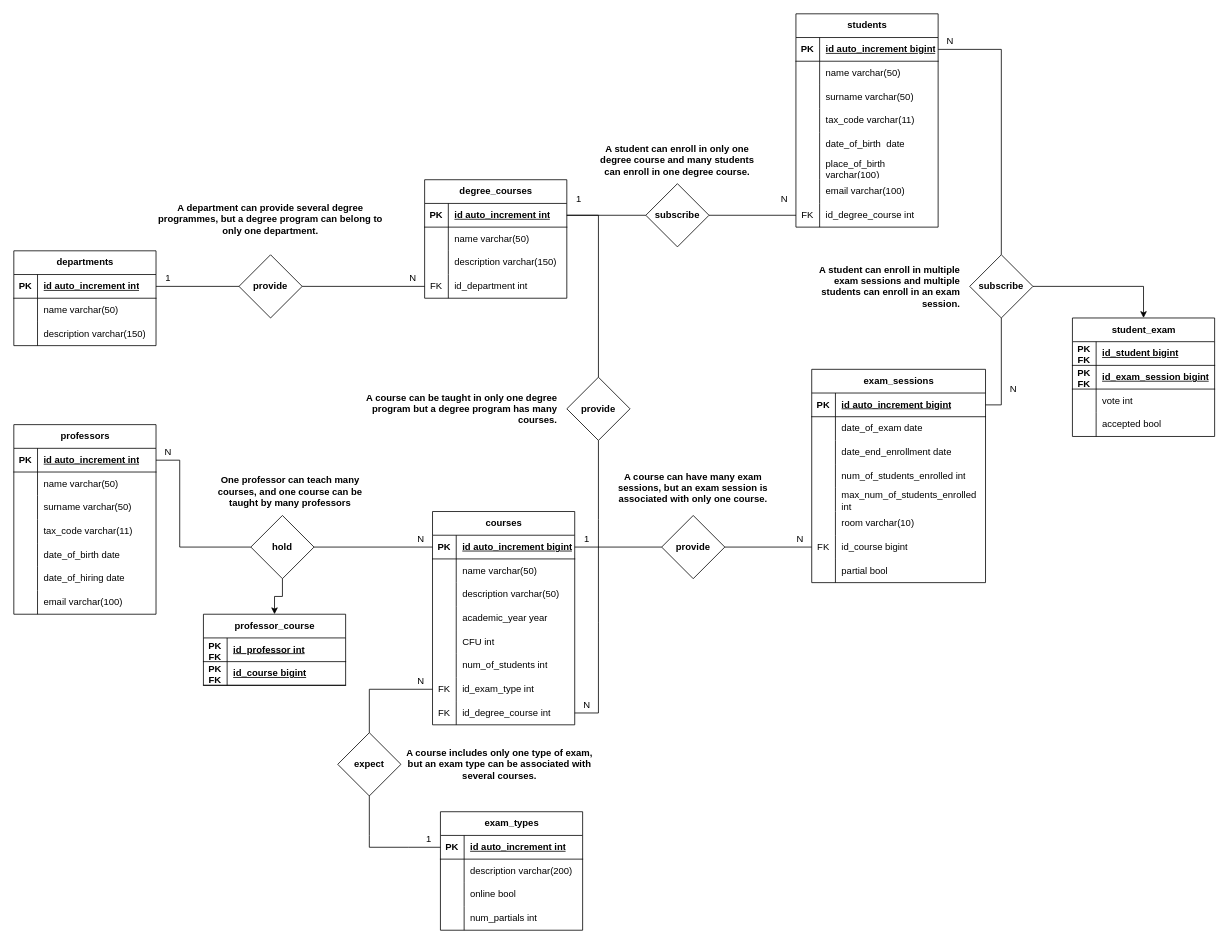
Before: db_university.drawio in totarochristian/db-university, a draw.io diagram. Source tidied: cells renumbered, new cells numbered last; positions are measured from the earlier drawing's top-left corner, leaving out a move shared by most shapes. Both pictures are drawn from the tidied source at 79%, with x=0, y=0 at pixel (13, 13).
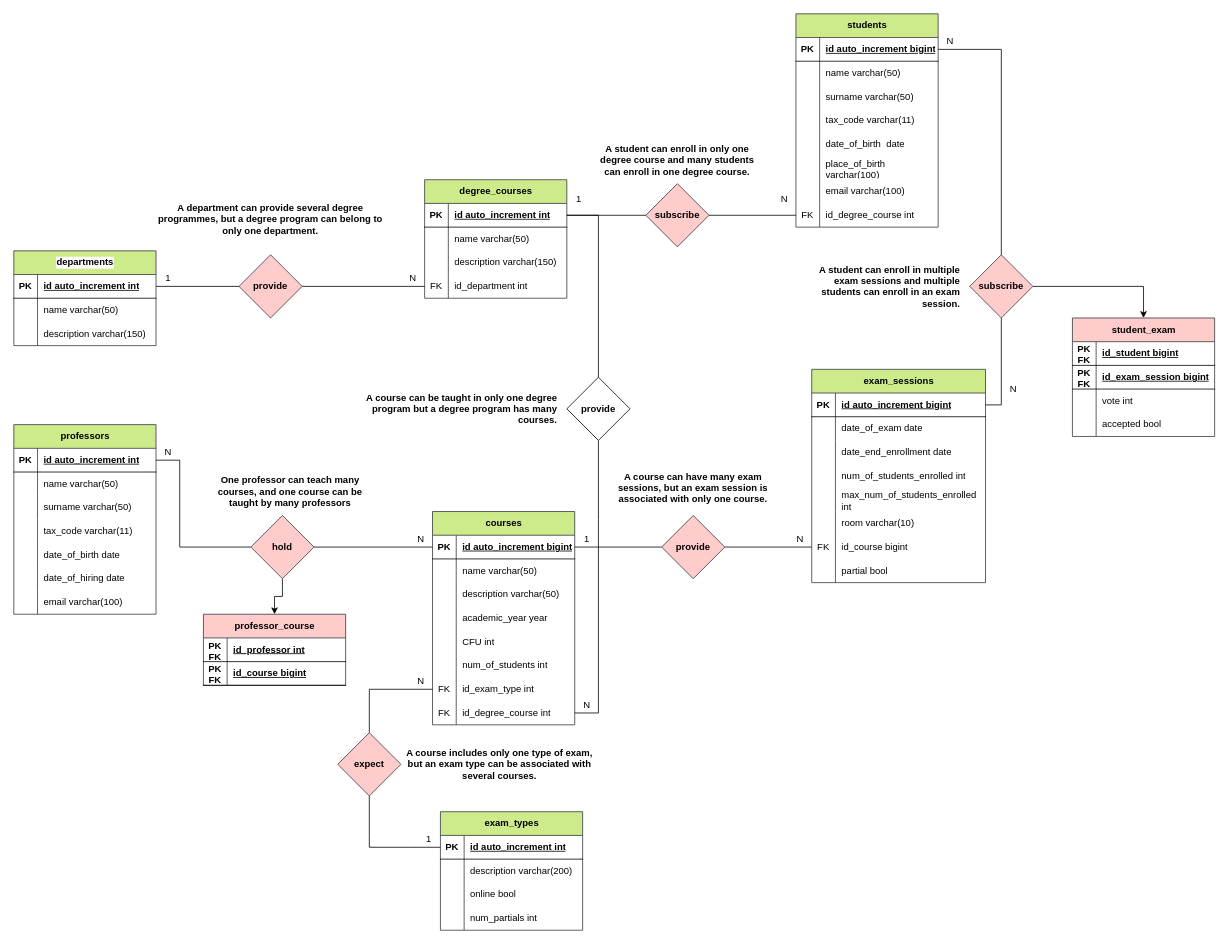
After the change.

Commit message:
Add colors in tables headers

The edit, as a diff of the source:
```diff
@@
-    <mxCell id="3" value="departments" style="shape=table;startSize=30;childLayout=tableLayout;rowLines=0;fontStyle=1;align=center;html=1;" parent="1" vertex="1">
+    <mxCell id="3" value="departments" style="shape=table;startSize=30;childLayout=tableLayout;rowLines=0;fontStyle=1;align=center;html=1;labelBackgroundColor=default;fillColor=#cdeb8b;strokeColor=#36393d;" parent="1" vertex="1">
       <mxGeometry y="300" width="180" height="120" as="geometry" />
     </mxCell>
@@
-    <mxCell id="13" value="degree_courses" style="shape=table;startSize=30;childLayout=tableLayout;rowLines=0;fontStyle=1;align=center;html=1;" parent="1" vertex="1">
+    <mxCell id="13" value="degree_courses" style="shape=table;startSize=30;childLayout=tableLayout;rowLines=0;fontStyle=1;align=center;html=1;fillColor=#cdeb8b;strokeColor=#36393d;" parent="1" vertex="1">
       <mxGeometry x="520" y="210" width="180" height="150" as="geometry" />
     </mxCell>
@@
-    <mxCell id="27" value="provide" style="rhombus;whiteSpace=wrap;html=1;startSize=30;fontStyle=1;" parent="1" vertex="1">
+    <mxCell id="27" value="provide" style="rhombus;whiteSpace=wrap;html=1;startSize=30;fontStyle=1;fillColor=#ffcccc;strokeColor=#36393d;" parent="1" vertex="1">
       <mxGeometry x="285" y="305" width="80" height="80" as="geometry" />
     </mxCell>
@@
-    <mxCell id="30" value="courses" style="shape=table;startSize=30;childLayout=tableLayout;rowLines=0;fontStyle=1;align=center;html=1;" parent="1" vertex="1">
+    <mxCell id="30" value="courses" style="shape=table;startSize=30;childLayout=tableLayout;rowLines=0;fontStyle=1;align=center;html=1;fillColor=#cdeb8b;strokeColor=#36393d;" parent="1" vertex="1">
       <mxGeometry x="530" y="630" width="180" height="270" as="geometry" />
     </mxCell>
@@
-    <mxCell id="55" value="exam_types" style="shape=table;startSize=30;childLayout=tableLayout;rowLines=0;fontStyle=1;align=center;html=1;" parent="1" vertex="1">
+    <mxCell id="55" value="exam_types" style="shape=table;startSize=30;childLayout=tableLayout;rowLines=0;fontStyle=1;align=center;html=1;fillColor=#cdeb8b;strokeColor=#36393d;" parent="1" vertex="1">
       <mxGeometry x="540" y="1010" width="180" height="150" as="geometry" />
     </mxCell>
@@
-    <mxCell id="68" value="expect" style="rhombus;whiteSpace=wrap;html=1;startSize=30;fontStyle=1;" parent="1" vertex="1">
+    <mxCell id="68" value="expect" style="rhombus;whiteSpace=wrap;html=1;startSize=30;fontStyle=1;fillColor=#ffcccc;strokeColor=#36393d;" parent="1" vertex="1">
       <mxGeometry x="410" y="910" width="80" height="80" as="geometry" />
     </mxCell>
@@
-    <mxCell id="81" value="professors" style="shape=table;startSize=30;childLayout=tableLayout;rowLines=0;fontStyle=1;align=center;html=1;" parent="1" vertex="1">
+    <mxCell id="81" value="professors" style="shape=table;startSize=30;childLayout=tableLayout;rowLines=0;fontStyle=1;align=center;html=1;fillColor=#cdeb8b;strokeColor=#36393d;" parent="1" vertex="1">
       <mxGeometry y="520" width="180" height="240" as="geometry" />
     </mxCell>
@@
-    <mxCell id="106" value="hold" style="rhombus;whiteSpace=wrap;html=1;startSize=30;fontStyle=1;" parent="1" vertex="1">
+    <mxCell id="106" value="hold" style="rhombus;whiteSpace=wrap;html=1;startSize=30;fontStyle=1;fillColor=#ffcccc;strokeColor=#36393d;" parent="1" vertex="1">
       <mxGeometry x="300" y="635" width="80" height="80" as="geometry" />
     </mxCell>
@@
-    <mxCell id="110" value="professor_course" style="shape=table;startSize=30;childLayout=tableLayout;rowLines=0;fontStyle=1;align=center;html=1;" parent="1" vertex="1">
+    <mxCell id="110" value="professor_course" style="shape=table;startSize=30;childLayout=tableLayout;rowLines=0;fontStyle=1;align=center;html=1;fillColor=#ffcccc;strokeColor=#36393d;" parent="1" vertex="1">
       <mxGeometry x="240" y="760" width="180" height="90" as="geometry" />
     </mxCell>
@@
-    <mxCell id="117" value="exam_sessions" style="shape=table;startSize=30;childLayout=tableLayout;rowLines=0;fontStyle=1;align=center;html=1;" parent="1" vertex="1">
+    <mxCell id="117" value="exam_sessions" style="shape=table;startSize=30;childLayout=tableLayout;rowLines=0;fontStyle=1;align=center;html=1;fillColor=#cdeb8b;strokeColor=#36393d;" parent="1" vertex="1">
       <mxGeometry x="1010" y="450" width="220" height="270" as="geometry" />
     </mxCell>
@@
-    <mxCell id="144" value="provide" style="rhombus;whiteSpace=wrap;html=1;startSize=30;fontStyle=1;" parent="1" vertex="1">
+    <mxCell id="144" value="provide" style="rhombus;whiteSpace=wrap;html=1;startSize=30;fontStyle=1;fillColor=#ffcccc;strokeColor=#36393d;" parent="1" vertex="1">
       <mxGeometry x="820" y="635" width="80" height="80" as="geometry" />
     </mxCell>
@@
-    <mxCell id="148" value="students" style="shape=table;startSize=30;childLayout=tableLayout;rowLines=0;fontStyle=1;align=center;html=1;" parent="1" vertex="1">
+    <mxCell id="148" value="students" style="shape=table;startSize=30;childLayout=tableLayout;rowLines=0;fontStyle=1;align=center;html=1;fillColor=#cdeb8b;strokeColor=#36393d;" parent="1" vertex="1">
       <mxGeometry x="990" width="180" height="270" as="geometry" />
     </mxCell>
@@
-    <mxCell id="173" value="subscribe" style="rhombus;whiteSpace=wrap;html=1;startSize=30;fontStyle=1;" parent="1" vertex="1">
+    <mxCell id="173" value="subscribe" style="rhombus;whiteSpace=wrap;html=1;startSize=30;fontStyle=1;fillColor=#ffcccc;strokeColor=#36393d;" parent="1" vertex="1">
       <mxGeometry x="800" y="215" width="80" height="80" as="geometry" />
     </mxCell>
@@
-    <mxCell id="177" value="subscribe" style="rhombus;whiteSpace=wrap;html=1;startSize=30;fontStyle=1;" parent="1" vertex="1">
+    <mxCell id="177" value="subscribe" style="rhombus;whiteSpace=wrap;html=1;startSize=30;fontStyle=1;fillColor=#ffcccc;strokeColor=#36393d;" parent="1" vertex="1">
       <mxGeometry x="1210" y="305" width="80" height="80" as="geometry" />
     </mxCell>
@@
-    <mxCell id="182" value="student_exam" style="shape=table;startSize=30;childLayout=tableLayout;rowLines=0;fontStyle=1;align=center;html=1;" parent="1" vertex="1">
+    <mxCell id="182" value="student_exam" style="shape=table;startSize=30;childLayout=tableLayout;rowLines=0;fontStyle=1;align=center;html=1;fillColor=#ffcccc;strokeColor=#36393d;" parent="1" vertex="1">
       <mxGeometry x="1340" y="385" width="180" height="150" as="geometry" />
     </mxCell>
```
